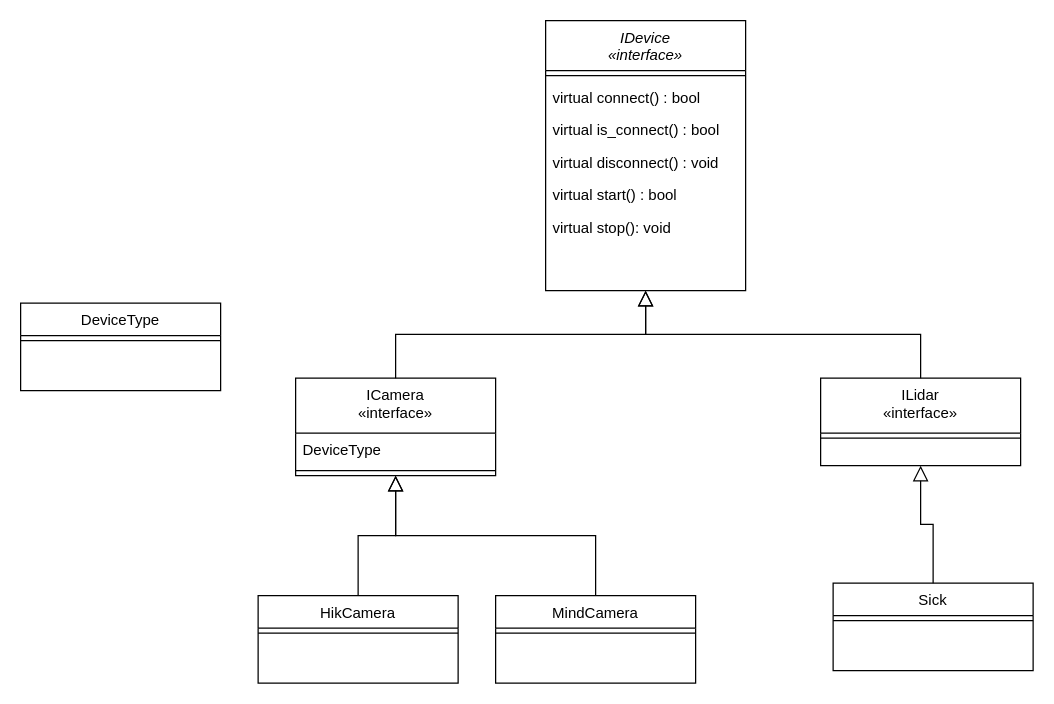
This is Storage2.drawio from FRomich/Storage2, a draw.io file, before an edit. Source tidied: cells renumbered, new cells numbered last; positions are measured from the earlier drawing's top-left corner, leaving out a move shared by most shapes. Both pictures are drawn from the tidied source at 125%, with x=0, y=0 at pixel (20, 20).
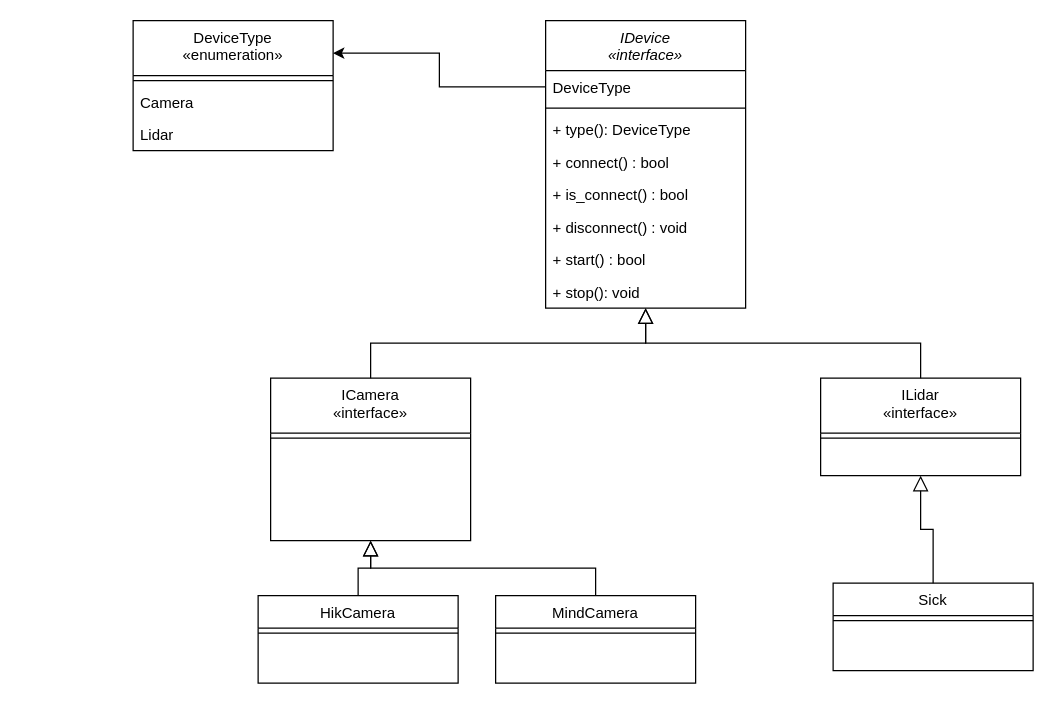
Above is the later version.

Change to the diagram source:
```diff
@@
     <mxCell id="2" value="IDevice&#10;«interface»" style="swimlane;fontStyle=2;align=center;verticalAlign=top;horizontal=1;startSize=40;rounded=0;shadow=0;strokeWidth=1;" parent="1" vertex="1">
-      <mxGeometry x="420" width="160" height="216" as="geometry" />
+      <mxGeometry x="420" width="160" height="230" as="geometry" />
     </mxCell>
+    <mxCell id="10" value="DeviceType" style="text;align=left;verticalAlign=top;spacingLeft=4;spacingRight=4;overflow=hidden;points=[[0,0.5],[1,0.5]];portConstraint=eastwest;" parent="2" vertex="1">
+      <mxGeometry y="40" width="160" height="26" as="geometry" />
+    </mxCell>
     <mxCell id="3" style="line;html=1;strokeWidth=1;align=left;verticalAlign=middle;spacingTop=-1;spacingLeft=3;spacingRight=3;labelPosition=right;" parent="2" vertex="1">
-      <mxGeometry y="40" width="160" height="8" as="geometry" />
+      <mxGeometry y="66" width="160" height="8" as="geometry" />
     </mxCell>
+    <mxCell id="27" value="+ type(): DeviceType" style="text;align=left;verticalAlign=top;spacingLeft=4;spacingRight=4;overflow=hidden;" parent="2" vertex="1">
+      <mxGeometry y="74" width="160" height="26" as="geometry" />
+    </mxCell>
-    <mxCell id="4" value="virtual connect() : bool" style="text;align=left;verticalAlign=top;spacingLeft=4;spacingRight=4;overflow=hidden;" parent="2" vertex="1">
-      <mxGeometry y="48" width="160" height="26" as="geometry" />
+    <mxCell id="4" value="+ connect() : bool" style="text;align=left;verticalAlign=top;spacingLeft=4;spacingRight=4;overflow=hidden;" parent="2" vertex="1">
+      <mxGeometry y="100" width="160" height="26" as="geometry" />
     </mxCell>
-    <mxCell id="5" value="virtual is_connect() : bool" style="text;align=left;verticalAlign=top;spacingLeft=4;spacingRight=4;overflow=hidden;" parent="2" vertex="1">
-      <mxGeometry y="74" width="160" height="26" as="geometry" />
+    <mxCell id="5" value="+ is_connect() : bool" style="text;align=left;verticalAlign=top;spacingLeft=4;spacingRight=4;overflow=hidden;" parent="2" vertex="1">
+      <mxGeometry y="126" width="160" height="26" as="geometry" />
     </mxCell>
-    <mxCell id="6" value="virtual disconnect() : void" style="text;align=left;verticalAlign=top;spacingLeft=4;spacingRight=4;overflow=hidden;" parent="2" vertex="1">
-      <mxGeometry y="100" width="160" height="26" as="geometry" />
+    <mxCell id="6" value="+ disconnect() : void" style="text;align=left;verticalAlign=top;spacingLeft=4;spacingRight=4;overflow=hidden;" parent="2" vertex="1">
+      <mxGeometry y="152" width="160" height="26" as="geometry" />
     </mxCell>
-    <mxCell id="7" value="virtual start() : bool" style="text;align=left;verticalAlign=top;spacingLeft=4;spacingRight=4;overflow=hidden;" parent="2" vertex="1">
-      <mxGeometry y="126" width="160" height="26" as="geometry" />
+    <mxCell id="7" value="+ start() : bool" style="text;align=left;verticalAlign=top;spacingLeft=4;spacingRight=4;overflow=hidden;" parent="2" vertex="1">
+      <mxGeometry y="178" width="160" height="26" as="geometry" />
     </mxCell>
-    <mxCell id="8" value="virtual stop(): void" style="text;align=left;verticalAlign=top;spacingLeft=4;spacingRight=4;overflow=hidden;" parent="2" vertex="1">
-      <mxGeometry y="152" width="160" height="26" as="geometry" />
+    <mxCell id="8" value="+ stop(): void" style="text;align=left;verticalAlign=top;spacingLeft=4;spacingRight=4;overflow=hidden;" parent="2" vertex="1">
+      <mxGeometry y="204" width="160" height="26" as="geometry" />
     </mxCell>
     <mxCell id="9" value="ICamera&#10;«interface»" style="swimlane;fontStyle=0;align=center;verticalAlign=top;horizontal=1;startSize=44;rounded=0;shadow=0;strokeWidth=1;" parent="1" vertex="1">
-      <mxGeometry x="220" y="286" width="160" height="78" as="geometry" />
+      <mxGeometry x="200" y="286" width="160" height="130" as="geometry" />
     </mxCell>
-    <mxCell id="10" value="DeviceType" style="text;align=left;verticalAlign=top;spacingLeft=4;spacingRight=4;overflow=hidden;points=[[0,0.5],[1,0.5]];portConstraint=eastwest;" parent="9" vertex="1">
-      <mxGeometry y="44" width="160" height="26" as="geometry" />
-    </mxCell>
     <mxCell id="11" style="line;html=1;strokeWidth=1;align=left;verticalAlign=middle;spacingTop=-1;spacingLeft=3;spacingRight=3;labelPosition=right;" parent="9" vertex="1">
-      <mxGeometry y="70" width="160" height="8" as="geometry" />
+      <mxGeometry y="44" width="160" height="8" as="geometry" />
     </mxCell>
@@
     <mxCell id="13" value="ILidar&#10;«interface»" style="swimlane;fontStyle=0;align=center;verticalAlign=top;horizontal=1;startSize=44;rounded=0;shadow=0;strokeWidth=1;" parent="1" vertex="1">
-      <mxGeometry x="640" y="286" width="160" height="70" as="geometry" />
+      <mxGeometry x="640" y="286" width="160" height="78" as="geometry" />
     </mxCell>
@@
-    <mxCell id="25" value="DeviceType&#10;&#10;" style="swimlane;fontStyle=0;align=center;verticalAlign=top;horizontal=1;startSize=26;rounded=0;shadow=0;strokeWidth=1;" parent="1" vertex="1">
-      <mxGeometry y="226" width="160" height="70" as="geometry" />
+    <mxCell id="25" value="DeviceType&#10;«enumeration»" style="swimlane;fontStyle=0;align=center;verticalAlign=top;horizontal=1;startSize=44;rounded=0;shadow=0;strokeWidth=1;" parent="1" vertex="1">
+      <mxGeometry x="90" width="160" height="104" as="geometry" />
     </mxCell>
     <mxCell id="26" style="line;html=1;strokeWidth=1;align=left;verticalAlign=middle;spacingTop=-1;spacingLeft=3;spacingRight=3;labelPosition=right;" parent="25" vertex="1">
-      <mxGeometry y="26" width="160" height="8" as="geometry" />
+      <mxGeometry y="44" width="160" height="8" as="geometry" />
     </mxCell>
+    <mxCell id="28" value="Camera" style="text;align=left;verticalAlign=top;spacingLeft=4;spacingRight=4;overflow=hidden;" parent="25" vertex="1">
+      <mxGeometry y="52" width="160" height="26" as="geometry" />
+    </mxCell>
+    <mxCell id="29" value="Lidar" style="text;align=left;verticalAlign=top;spacingLeft=4;spacingRight=4;overflow=hidden;" parent="25" vertex="1">
+      <mxGeometry y="78" width="160" height="26" as="geometry" />
+    </mxCell>
+    <mxCell id="30" style="edgeStyle=orthogonalEdgeStyle;rounded=0;jettySize=auto;html=1;entryX=1;entryY=0.25;entryDx=0;entryDy=0;" parent="1" edge="1" source="10" target="25">
+      <mxGeometry relative="1" as="geometry" />
+    </mxCell>
```
